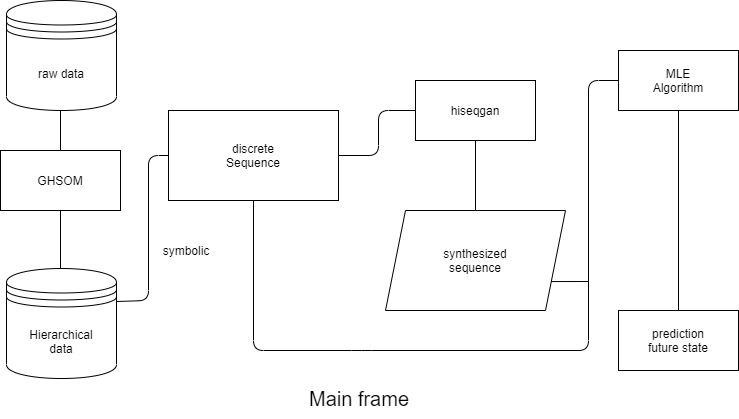
Above: image/mainframe.png in lina2360/HiSeqGan (draw.io), before the change. Source tidied: cells renumbered, new cells last; positions are measured from the earlier drawing's top-left corner, leaving out a move shared by most shapes.
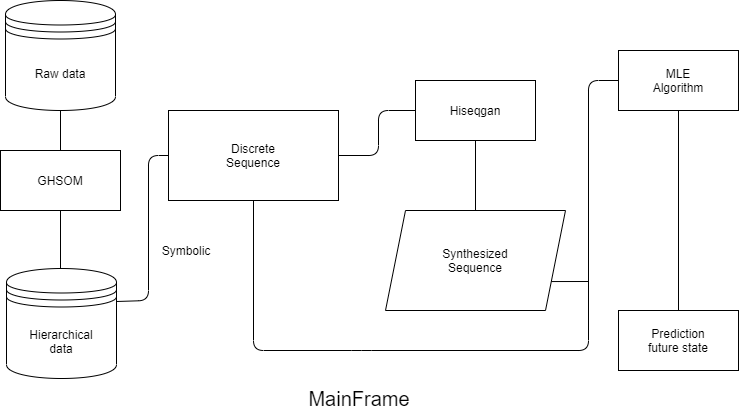
The same diagram one commit later.

The edit, as a diff of the source:
```diff
@@ -5,19 +5,19 @@
     <mxCell id="2" value="GHSOM" style="rounded=0;whiteSpace=wrap;html=1;" parent="1" vertex="1">
       <mxGeometry y="150" width="120" height="60" as="geometry" />
     </mxCell>
-    <mxCell id="3" value="discrete&lt;br&gt;Sequence" style="rounded=0;whiteSpace=wrap;html=1;" parent="1" vertex="1">
+    <mxCell id="3" value="Discrete&lt;br&gt;Sequence" style="rounded=0;whiteSpace=wrap;html=1;" parent="1" vertex="1">
       <mxGeometry x="168" y="110" width="170" height="90" as="geometry" />
     </mxCell>
-    <mxCell id="4" value="hiseqgan" style="rounded=0;whiteSpace=wrap;html=1;" parent="1" vertex="1">
+    <mxCell id="4" value="Hiseqgan" style="rounded=0;whiteSpace=wrap;html=1;" parent="1" vertex="1">
       <mxGeometry x="415" y="80" width="120" height="60" as="geometry" />
     </mxCell>
-    <mxCell id="5" value="synthesized&lt;br&gt;sequence" style="shape=parallelogram;perimeter=parallelogramPerimeter;whiteSpace=wrap;html=1;fixedSize=1;" parent="1" vertex="1">
+    <mxCell id="5" value="Synthesized&lt;br&gt;Sequence" style="shape=parallelogram;perimeter=parallelogramPerimeter;whiteSpace=wrap;html=1;fixedSize=1;" parent="1" vertex="1">
       <mxGeometry x="385" y="210" width="180" height="100" as="geometry" />
     </mxCell>
     <mxCell id="6" value="MLE&lt;br&gt;Algorithm" style="rounded=0;whiteSpace=wrap;html=1;" parent="1" vertex="1">
       <mxGeometry x="618" y="50" width="120" height="60" as="geometry" />
     </mxCell>
-    <mxCell id="7" value="prediction&lt;br&gt;future state" style="rounded=0;whiteSpace=wrap;html=1;" parent="1" vertex="1">
+    <mxCell id="7" value="Prediction&lt;br&gt;future state" style="rounded=0;whiteSpace=wrap;html=1;" parent="1" vertex="1">
       <mxGeometry x="618" y="310" width="120" height="60" as="geometry" />
     </mxCell>
     <mxCell id="8" style="endArrow=none;html=1;exitX=0.5;exitY=1;exitDx=0;exitDy=0;entryX=0.5;entryY=0;entryDx=0;entryDy=0;" parent="1" edge="1" target="2">
@@ -67,16 +67,16 @@
     <mxCell id="15" style="endArrow=none;html=1;entryX=0.5;entryY=1;entryDx=0;entryDy=0;exitX=0.5;exitY=0;exitDx=0;exitDy=0;" parent="1" edge="1" source="7" target="6">
       <mxGeometry relative="1" as="geometry" />
     </mxCell>
-    <mxCell id="16" value="symbolic" style="text;html=1;strokeColor=none;fillColor=none;align=center;verticalAlign=middle;whiteSpace=wrap;rounded=0;" parent="1" vertex="1">
+    <mxCell id="16" value="Symbolic" style="text;html=1;strokeColor=none;fillColor=none;align=center;verticalAlign=middle;whiteSpace=wrap;rounded=0;" parent="1" vertex="1">
       <mxGeometry x="151" y="240" width="70" height="20" as="geometry" />
     </mxCell>
-    <mxCell id="17" value="&lt;span&gt;raw data&lt;/span&gt;" style="shape=datastore;whiteSpace=wrap;html=1;" parent="1" vertex="1">
-      <mxGeometry x="6" width="110" height="110" as="geometry" />
+    <mxCell id="17" value="&lt;span&gt;Raw data&lt;/span&gt;" style="shape=datastore;whiteSpace=wrap;html=1;" parent="1" vertex="1">
+      <mxGeometry x="5" width="110" height="110" as="geometry" />
     </mxCell>
     <mxCell id="18" value="&lt;span&gt;Hierarchical&lt;/span&gt;&lt;br&gt;&lt;span&gt;data&lt;/span&gt;" style="shape=datastore;whiteSpace=wrap;html=1;" parent="1" vertex="1">
       <mxGeometry x="6" y="268" width="110" height="110" as="geometry" />
     </mxCell>
-    <mxCell id="19" value="&lt;font style=&quot;font-size: 20px&quot;&gt;Main frame&lt;/font&gt;" style="text;html=1;strokeColor=none;fillColor=none;align=center;verticalAlign=middle;whiteSpace=wrap;rounded=0;" parent="1" vertex="1">
+    <mxCell id="19" value="&lt;font style=&quot;font-size: 20px&quot;&gt;MainFrame&lt;/font&gt;" style="text;html=1;strokeColor=none;fillColor=none;align=center;verticalAlign=middle;whiteSpace=wrap;rounded=0;" parent="1" vertex="1">
       <mxGeometry x="289" y="378" width="140" height="40" as="geometry" />
     </mxCell>
   </root>
```
